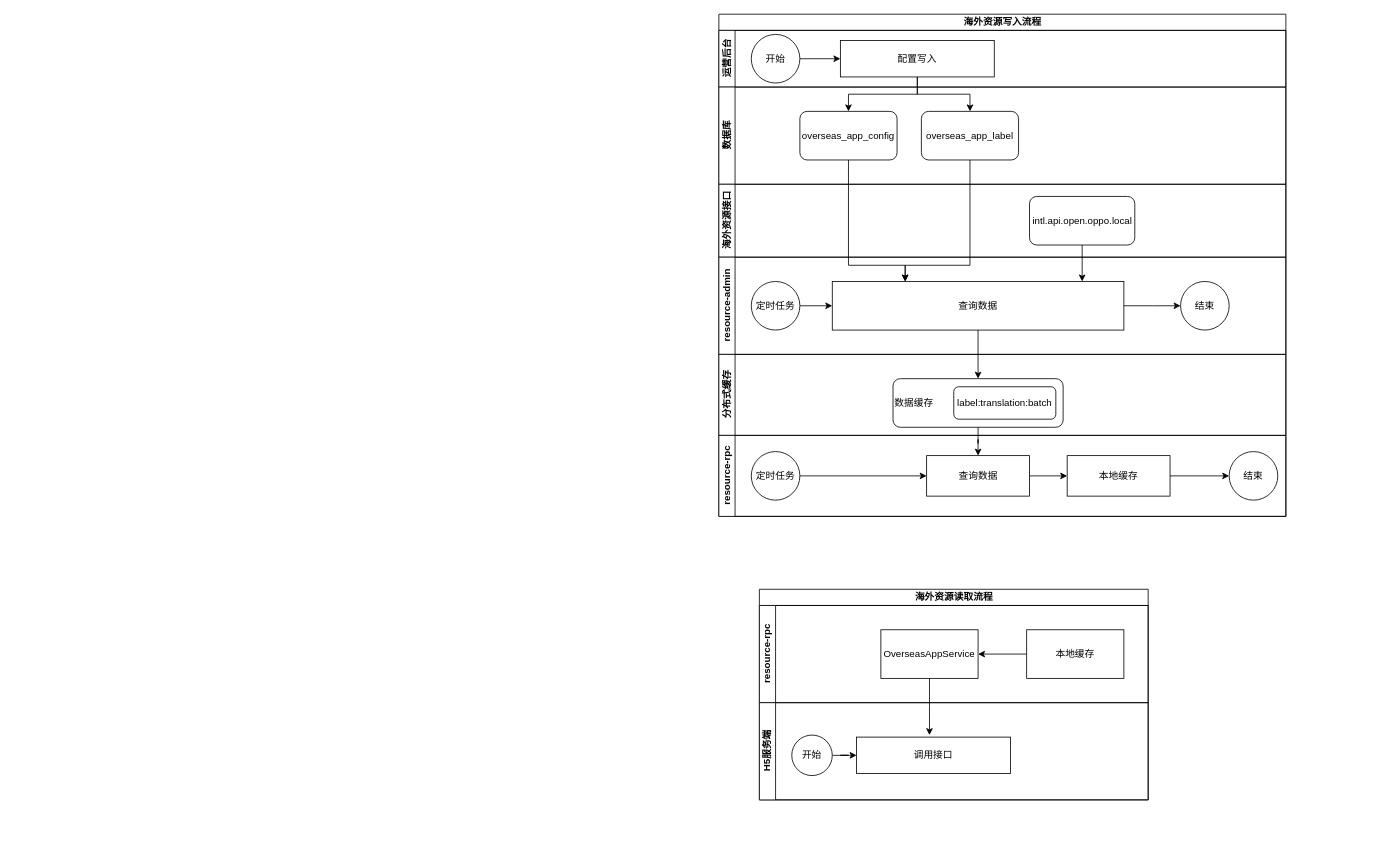
Earlier version of the draw.io diagram overseas.drawio (ETHAN0430/draw.io.repo). Source tidied: cells renumbered, new cells numbered last; positions are measured from the earlier drawing's top-left corner, leaving out a move shared by most shapes. Both pictures are drawn from the tidied source at 81%, with x=0, y=0 at pixel (718, 14).
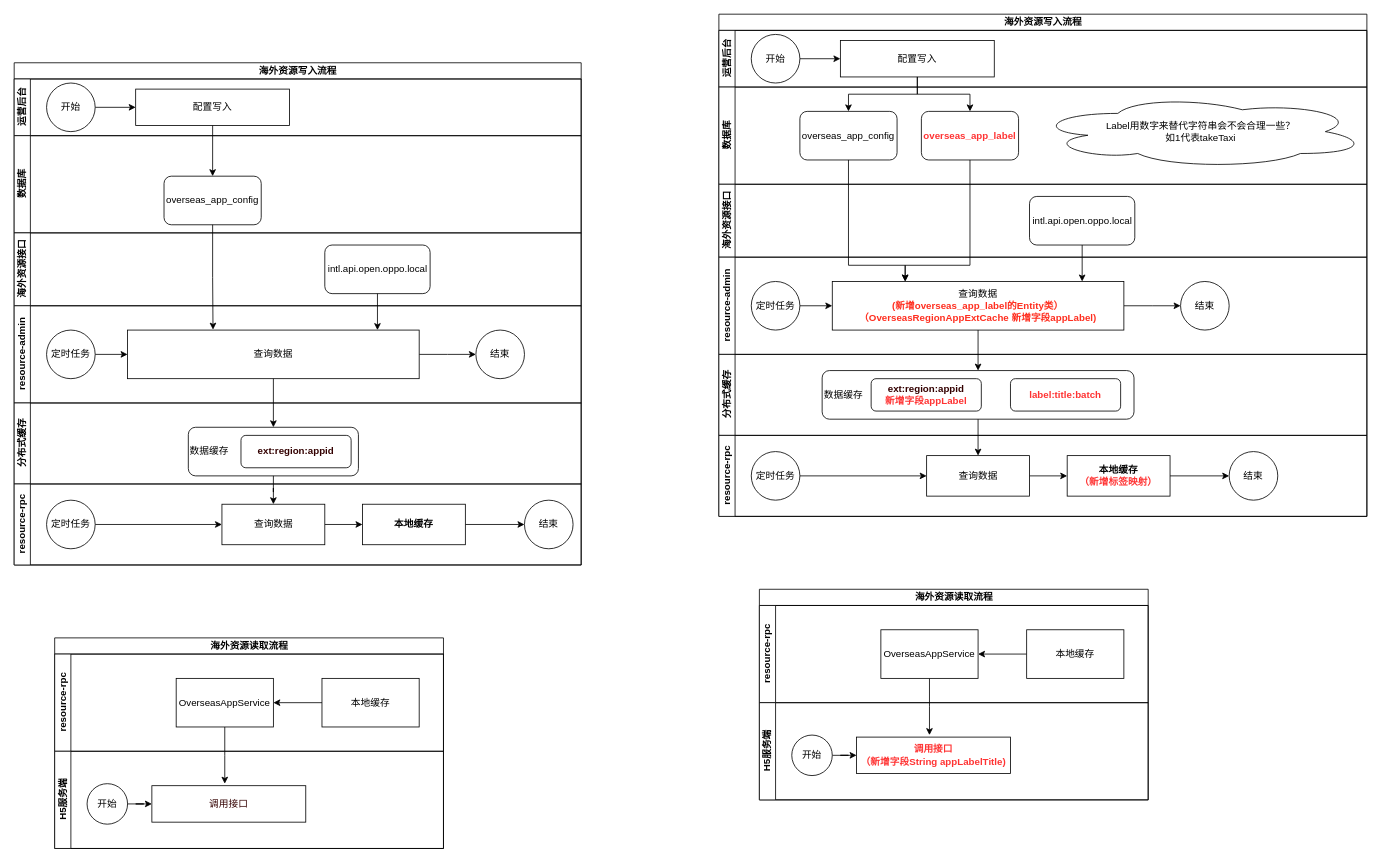
Above is the later version.

The change refers to these unchanged cells:
```xml
<mxCell id="42" value="H5服务端" style="swimlane;startSize=20;horizontal=0;html=1;" parent="36" vertex="1">
  <mxGeometry y="140" width="480" height="120" as="geometry" />
</mxCell>
```

Change to the diagram source:
```diff
@@
     <mxCell id="2" value="海外资源写入流程" style="swimlane;horizontal=1;startSize=20;html=1;" parent="1" vertex="1">
-      <mxGeometry width="700" height="620" as="geometry" />
+      <mxGeometry width="800" height="620" as="geometry" />
     </mxCell>
     <mxCell id="3" value="运营后台" style="swimlane;startSize=20;horizontal=0;html=1;" parent="2" vertex="1">
-      <mxGeometry y="20" width="700" height="70" as="geometry" />
+      <mxGeometry y="20" width="800" height="70" as="geometry" />
     </mxCell>
@@
     <mxCell id="7" value="数据库" style="swimlane;startSize=20;horizontal=0;html=1;" parent="2" vertex="1">
-      <mxGeometry y="90" width="700" height="120" as="geometry" />
+      <mxGeometry y="90" width="800" height="120" as="geometry" />
     </mxCell>
@@
-    <mxCell id="9" value="overseas_app_label" style="rounded=1;whiteSpace=wrap;html=1;" parent="7" vertex="1">
+    <mxCell id="9" value="&lt;b&gt;&lt;font color=&quot;#ff3333&quot;&gt;overseas_app_label&lt;/font&gt;&lt;/b&gt;" style="rounded=1;whiteSpace=wrap;html=1;" parent="7" vertex="1">
       <mxGeometry x="250" y="30" width="120" height="60" as="geometry" />
     </mxCell>
+    <mxCell id="46" value="Label用数字来替代字符串会不会合理一些？&lt;br&gt;如1代表takeTaxi" style="ellipse;shape=cloud;whiteSpace=wrap;html=1;" parent="7" vertex="1">
+      <mxGeometry x="390" y="10" width="410" height="90" as="geometry" />
+    </mxCell>
     <mxCell id="10" value="海外资源接口" style="swimlane;startSize=20;horizontal=0;html=1;" parent="2" vertex="1">
-      <mxGeometry y="210" width="700" height="90" as="geometry" />
+      <mxGeometry y="210" width="800" height="90" as="geometry" />
     </mxCell>
@@
     <mxCell id="12" value="resource-admin" style="swimlane;startSize=20;horizontal=0;html=1;" parent="2" vertex="1">
-      <mxGeometry y="300" width="700" height="120" as="geometry" />
+      <mxGeometry y="300" width="800" height="120" as="geometry" />
     </mxCell>
@@
-    <mxCell id="16" value="查询数据" style="whiteSpace=wrap;html=1;" parent="12" vertex="1">
+    <mxCell id="16" value="查询数据&lt;br&gt;&lt;font color=&quot;#ff2e1f&quot;&gt;&lt;b&gt;(新增overseas_app_label的Entity类）&lt;br style=&quot;border-color: var(--border-color);&quot;&gt;（OverseasRegionAppExtCache 新增字段appLabel)&lt;/b&gt;&lt;/font&gt;" style="whiteSpace=wrap;html=1;" parent="12" vertex="1">
       <mxGeometry x="140" y="30" width="360" height="60" as="geometry" />
     </mxCell>
@@
     <mxCell id="18" value="分布式缓存" style="swimlane;startSize=20;horizontal=0;html=1;" parent="2" vertex="1">
-      <mxGeometry y="420" width="700" height="100" as="geometry" />
+      <mxGeometry y="420" width="800" height="100" as="geometry" />
     </mxCell>
     <mxCell id="19" value="数据缓存" style="rounded=1;whiteSpace=wrap;html=1;align=left;" parent="18" vertex="1">
-      <mxGeometry x="215" y="30" width="210" height="60" as="geometry" />
+      <mxGeometry x="127.5" y="20" width="385" height="60" as="geometry" />
     </mxCell>
-    <mxCell id="20" value="label:translation:batch" style="rounded=1;whiteSpace=wrap;html=1;" parent="18" vertex="1">
-      <mxGeometry x="290" y="40" width="126" height="40" as="geometry" />
+    <mxCell id="20" value="&lt;b&gt;&lt;font color=&quot;#ff3333&quot;&gt;label:title:batch&lt;/font&gt;&lt;/b&gt;" style="rounded=1;whiteSpace=wrap;html=1;" parent="18" vertex="1">
+      <mxGeometry x="360" y="30" width="136" height="40" as="geometry" />
     </mxCell>
+    <mxCell id="47" value="&lt;b&gt;&lt;font color=&quot;#330000&quot;&gt;ext:region:appid&lt;/font&gt;&lt;br&gt;&lt;font color=&quot;#ff3333&quot;&gt;新增字段appLabel&lt;/font&gt;&lt;br&gt;&lt;/b&gt;" style="rounded=1;whiteSpace=wrap;html=1;" parent="18" vertex="1">
+      <mxGeometry x="188" y="30" width="136" height="40" as="geometry" />
+    </mxCell>
@@
     <mxCell id="26" value="resource-rpc" style="swimlane;startSize=20;horizontal=0;html=1;" parent="2" vertex="1">
-      <mxGeometry y="520" width="700" height="100" as="geometry" />
+      <mxGeometry y="520" width="800" height="100" as="geometry" />
     </mxCell>
@@
-    <mxCell id="32" value="本地缓存" style="whiteSpace=wrap;html=1;" parent="26" vertex="1">
+    <mxCell id="32" value="&lt;b&gt;本地缓存&lt;br&gt;&lt;font color=&quot;#ff3333&quot;&gt;（新增标签映射）&lt;/font&gt;&lt;/b&gt;" style="whiteSpace=wrap;html=1;" parent="26" vertex="1">
       <mxGeometry x="430" y="25" width="127" height="50" as="geometry" />
     </mxCell>
@@
-    <mxCell id="43" value="调用接口" style="whiteSpace=wrap;html=1;" parent="42" vertex="1">
+    <mxCell id="43" value="&lt;font color=&quot;#ff3333&quot;&gt;&lt;b&gt;调用接口&lt;br&gt;（新增字段String appLabelTitle)&lt;/b&gt;&lt;/font&gt;" style="whiteSpace=wrap;html=1;" parent="42" vertex="1">
       <mxGeometry x="120" y="42.5" width="190" height="45" as="geometry" />
     </mxCell>
@@
+    <mxCell id="48" value="海外资源写入流程" style="swimlane;horizontal=1;startSize=20;html=1;" parent="1" vertex="1">
+      <mxGeometry x="-870" y="60" width="700" height="620" as="geometry" />
+    </mxCell>
+    <mxCell id="49" value="运营后台" style="swimlane;startSize=20;horizontal=0;html=1;" parent="48" vertex="1">
+      <mxGeometry y="20" width="700" height="70" as="geometry" />
+    </mxCell>
+    <mxCell id="50" style="edgeStyle=orthogonalEdgeStyle;rounded=0;jettySize=auto;html=1;entryX=0;entryY=0.5;entryDx=0;entryDy=0;" parent="49" edge="1" source="51" target="52">
+      <mxGeometry relative="1" as="geometry" />
+    </mxCell>
+    <mxCell id="51" value="开始" style="ellipse;whiteSpace=wrap;html=1;" parent="49" vertex="1">
+      <mxGeometry x="40" y="5" width="60" height="60" as="geometry" />
+    </mxCell>
+    <mxCell id="52" value="配置写入" style="whiteSpace=wrap;html=1;" parent="49" vertex="1">
+      <mxGeometry x="150" y="12.5" width="190" height="45" as="geometry" />
+    </mxCell>
+    <mxCell id="53" value="数据库" style="swimlane;startSize=20;horizontal=0;html=1;" parent="48" vertex="1">
+      <mxGeometry y="90" width="700" height="120" as="geometry" />
+    </mxCell>
+    <mxCell id="54" value="overseas_app_config" style="rounded=1;whiteSpace=wrap;html=1;" parent="53" vertex="1">
+      <mxGeometry x="185" y="50" width="120" height="60" as="geometry" />
+    </mxCell>
+    <mxCell id="55" value="海外资源接口" style="swimlane;startSize=20;horizontal=0;html=1;" parent="48" vertex="1">
+      <mxGeometry y="210" width="700" height="90" as="geometry" />
+    </mxCell>
+    <mxCell id="56" value="intl.api.open.oppo.local" style="rounded=1;whiteSpace=wrap;html=1;" parent="55" vertex="1">
+      <mxGeometry x="383.5" y="15" width="130" height="60" as="geometry" />
+    </mxCell>
+    <mxCell id="57" value="resource-admin" style="swimlane;startSize=20;horizontal=0;html=1;" parent="48" vertex="1">
+      <mxGeometry y="300" width="700" height="120" as="geometry" />
+    </mxCell>
+    <mxCell id="58" style="edgeStyle=orthogonalEdgeStyle;rounded=0;jettySize=auto;html=1;entryX=0;entryY=0.5;entryDx=0;entryDy=0;" parent="57" edge="1" source="59" target="61">
+      <mxGeometry relative="1" as="geometry" />
+    </mxCell>
+    <mxCell id="59" value="定时任务" style="ellipse;whiteSpace=wrap;html=1;" parent="57" vertex="1">
+      <mxGeometry x="40" y="30" width="60" height="60" as="geometry" />
+    </mxCell>
+    <mxCell id="60" style="edgeStyle=orthogonalEdgeStyle;rounded=0;jettySize=auto;html=1;" parent="57" edge="1" source="61">
+      <mxGeometry relative="1" as="geometry">
+        <mxPoint x="570" y="60" as="targetPoint" />
+      </mxGeometry>
+    </mxCell>
+    <mxCell id="61" value="查询数据" style="whiteSpace=wrap;html=1;" parent="57" vertex="1">
+      <mxGeometry x="140" y="30" width="360" height="60" as="geometry" />
+    </mxCell>
+    <mxCell id="62" value="结束" style="ellipse;whiteSpace=wrap;html=1;" parent="57" vertex="1">
+      <mxGeometry x="570" y="30" width="60" height="60" as="geometry" />
+    </mxCell>
+    <mxCell id="63" value="分布式缓存" style="swimlane;startSize=20;horizontal=0;html=1;" parent="48" vertex="1">
+      <mxGeometry y="420" width="700" height="100" as="geometry" />
+    </mxCell>
+    <mxCell id="64" value="数据缓存" style="rounded=1;whiteSpace=wrap;html=1;align=left;" parent="63" vertex="1">
+      <mxGeometry x="215" y="30" width="210" height="60" as="geometry" />
+    </mxCell>
+    <mxCell id="65" value="&lt;b&gt;&lt;font color=&quot;#330000&quot;&gt;ext:region:appid&lt;/font&gt;&lt;br&gt;&lt;/b&gt;" style="rounded=1;whiteSpace=wrap;html=1;" parent="63" vertex="1">
+      <mxGeometry x="280" y="40" width="136" height="40" as="geometry" />
+    </mxCell>
+    <mxCell id="66" style="edgeStyle=orthogonalEdgeStyle;rounded=0;jettySize=auto;html=1;" parent="48" edge="1" source="52" target="54">
+      <mxGeometry relative="1" as="geometry" />
+    </mxCell>
+    <mxCell id="67" style="edgeStyle=orthogonalEdgeStyle;rounded=0;jettySize=auto;html=1;" parent="48" edge="1" source="56" target="61">
+      <mxGeometry relative="1" as="geometry">
+        <Array as="points">
+          <mxPoint x="450" y="350" />
+          <mxPoint x="450" y="350" />
+        </Array>
+      </mxGeometry>
+    </mxCell>
+    <mxCell id="68" style="edgeStyle=orthogonalEdgeStyle;rounded=0;jettySize=auto;html=1;" parent="48" edge="1" source="61" target="64">
+      <mxGeometry relative="1" as="geometry" />
+    </mxCell>
+    <mxCell id="69" style="edgeStyle=orthogonalEdgeStyle;rounded=0;jettySize=auto;html=1;entryX=0.5;entryY=0;entryDx=0;entryDy=0;" parent="48" edge="1" source="64" target="74">
+      <mxGeometry relative="1" as="geometry" />
+    </mxCell>
+    <mxCell id="70" value="resource-rpc" style="swimlane;startSize=20;horizontal=0;html=1;" parent="48" vertex="1">
+      <mxGeometry y="520" width="700" height="100" as="geometry" />
+    </mxCell>
+    <mxCell id="71" style="edgeStyle=orthogonalEdgeStyle;rounded=0;jettySize=auto;html=1;entryX=0;entryY=0.5;entryDx=0;entryDy=0;" parent="70" edge="1" source="72" target="74">
+      <mxGeometry relative="1" as="geometry" />
+    </mxCell>
+    <mxCell id="72" value="定时任务" style="ellipse;whiteSpace=wrap;html=1;" parent="70" vertex="1">
+      <mxGeometry x="40" y="20" width="60" height="60" as="geometry" />
+    </mxCell>
+    <mxCell id="73" style="edgeStyle=orthogonalEdgeStyle;rounded=0;jettySize=auto;html=1;entryX=0;entryY=0.5;entryDx=0;entryDy=0;" parent="70" edge="1" source="74" target="76">
+      <mxGeometry relative="1" as="geometry" />
+    </mxCell>
+    <mxCell id="74" value="查询数据" style="whiteSpace=wrap;html=1;" parent="70" vertex="1">
+      <mxGeometry x="256.5" y="25" width="127" height="50" as="geometry" />
+    </mxCell>
+    <mxCell id="75" style="edgeStyle=orthogonalEdgeStyle;rounded=0;jettySize=auto;html=1;entryX=0.5;entryY=1;entryDx=0;entryDy=0;" parent="70" edge="1" source="76" target="77">
+      <mxGeometry relative="1" as="geometry" />
+    </mxCell>
+    <mxCell id="76" value="&lt;b&gt;本地缓存&lt;/b&gt;" style="whiteSpace=wrap;html=1;" parent="70" vertex="1">
+      <mxGeometry x="430" y="25" width="127" height="50" as="geometry" />
+    </mxCell>
+    <mxCell id="77" value="结束" style="ellipse;whiteSpace=wrap;html=1;direction=south;" parent="70" vertex="1">
+      <mxGeometry x="630" y="20" width="60" height="60" as="geometry" />
+    </mxCell>
+    <mxCell id="78" style="edgeStyle=orthogonalEdgeStyle;rounded=0;jettySize=auto;html=1;entryX=0.293;entryY=-0.009;entryDx=0;entryDy=0;entryPerimeter=0;" parent="48" edge="1" source="54" target="61">
+      <mxGeometry relative="1" as="geometry" />
+    </mxCell>
+    <mxCell id="79" value="海外资源读取流程" style="swimlane;horizontal=1;startSize=20;html=1;" parent="1" vertex="1">
+      <mxGeometry x="-820" y="770" width="480" height="260" as="geometry" />
+    </mxCell>
+    <mxCell id="80" value="resource-rpc" style="swimlane;startSize=20;horizontal=0;html=1;" parent="79" vertex="1">
+      <mxGeometry y="20" width="480" height="120" as="geometry" />
+    </mxCell>
+    <mxCell id="81" style="edgeStyle=orthogonalEdgeStyle;rounded=0;jettySize=auto;html=1;" parent="80" edge="1" source="82">
+      <mxGeometry relative="1" as="geometry">
+        <mxPoint x="210" y="160" as="targetPoint" />
+      </mxGeometry>
+    </mxCell>
+    <mxCell id="82" value="OverseasAppService" style="whiteSpace=wrap;html=1;" parent="80" vertex="1">
+      <mxGeometry x="150" y="30" width="120" height="60" as="geometry" />
+    </mxCell>
+    <mxCell id="83" style="edgeStyle=orthogonalEdgeStyle;rounded=0;jettySize=auto;html=1;entryX=1;entryY=0.5;entryDx=0;entryDy=0;" parent="80" edge="1" source="84" target="82">
+      <mxGeometry relative="1" as="geometry" />
+    </mxCell>
+    <mxCell id="84" value="本地缓存" style="whiteSpace=wrap;html=1;" parent="80" vertex="1">
+      <mxGeometry x="330" y="30" width="120" height="60" as="geometry" />
+    </mxCell>
+    <mxCell id="85" value="H5服务端" style="swimlane;startSize=20;horizontal=0;html=1;" parent="79" vertex="1">
+      <mxGeometry y="140" width="480" height="120" as="geometry" />
+    </mxCell>
+    <mxCell id="86" value="&lt;font color=&quot;#330000&quot;&gt;调用接口&lt;/font&gt;" style="whiteSpace=wrap;html=1;" parent="85" vertex="1">
+      <mxGeometry x="120" y="42.5" width="190" height="45" as="geometry" />
+    </mxCell>
+    <mxCell id="87" style="edgeStyle=orthogonalEdgeStyle;rounded=0;jettySize=auto;html=1;" parent="1" edge="1" source="88" target="86">
+      <mxGeometry relative="1" as="geometry" />
+    </mxCell>
+    <mxCell id="88" value="开始" style="ellipse;whiteSpace=wrap;html=1;" parent="1" vertex="1">
+      <mxGeometry x="-780" y="950" width="50" height="50" as="geometry" />
+    </mxCell>
```
